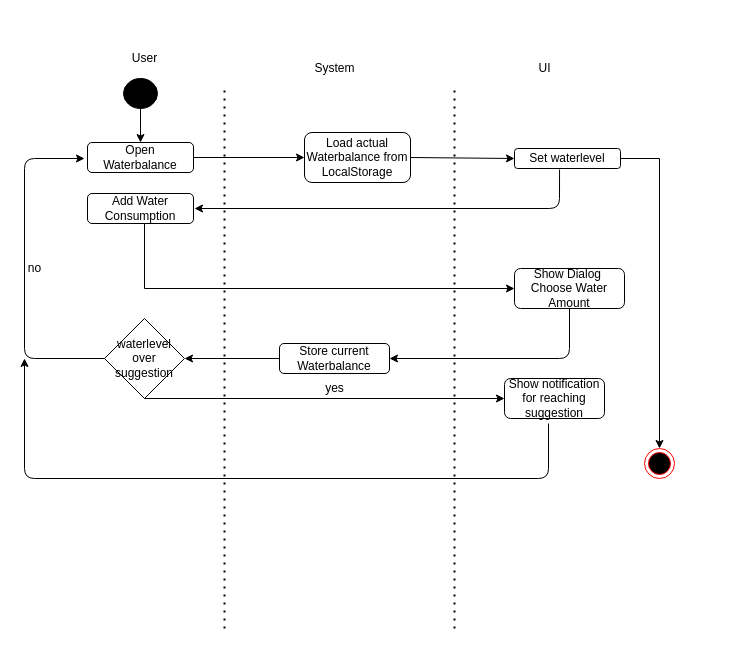
Earlier version of the draw.io diagram embedded-files/Water_Management.drawio (JanPfenning/Mood4Food_Doc). Source tidied: cells renumbered, new cells numbered last; positions are measured from the earlier drawing's top-left corner, leaving out a move shared by most shapes. Both pictures are drawn from the tidied source at 100%, with x=0, y=0 at pixel (19, 48).
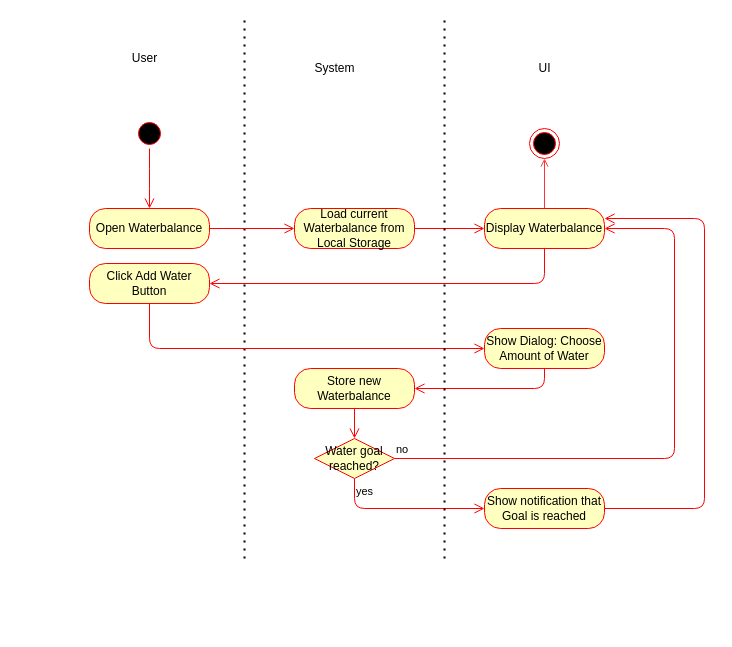
The same diagram, later.

Commit message:
Update Water_Management.drawio UML conform

Diff of the diagram source:
```diff
@@
     <mxCell id="2" style="endArrow=none;dashed=1;html=1;dashPattern=1 3;strokeWidth=2;" parent="1" edge="1">
       <mxGeometry relative="1" as="geometry">
-        <mxPoint x="205" y="580" as="sourcePoint" />
-        <mxPoint x="205" y="40" as="targetPoint" />
+        <mxPoint x="225" y="510" as="sourcePoint" />
+        <mxPoint x="225" y="-30" as="targetPoint" />
       </mxGeometry>
     </mxCell>
@@
-    <mxCell id="4" style="endArrow=classic;html=1;exitX=0.5;exitY=1;exitDx=0;exitDy=0;exitPerimeter=0;entryX=0.5;entryY=0;entryDx=0;entryDy=0;" parent="1" edge="1" source="5" target="9">
-      <mxGeometry relative="1" as="geometry" />
-    </mxCell>
-    <mxCell id="5" style="verticalLabelPosition=bottom;verticalAlign=top;html=1;shape=mxgraph.flowchart.on-page_reference;fillColor=#000000;" parent="1" vertex="1">
-      <mxGeometry x="104" y="30" width="34" height="30" as="geometry" />
-    </mxCell>
@@
-    <mxCell id="7" style="endArrow=none;dashed=1;html=1;dashPattern=1 3;strokeWidth=2;" parent="1" edge="1">
-      <mxGeometry relative="1" as="geometry">
-        <mxPoint x="435" y="580" as="sourcePoint" />
-        <mxPoint x="435" y="40" as="targetPoint" />
-      </mxGeometry>
-    </mxCell>
@@
+    <mxCell id="30" style="ellipse;html=1;shape=startState;fillColor=#000000;strokeColor=#ff0000;" parent="1" vertex="1">
+      <mxGeometry x="115" y="70" width="30" height="30" as="geometry" />
+    </mxCell>
+    <mxCell id="31" style="edgeStyle=orthogonalEdgeStyle;html=1;verticalAlign=bottom;endArrow=open;endSize=8;strokeColor=#ff0000;" parent="1" edge="1" source="30">
+      <mxGeometry relative="1" as="geometry">
+        <mxPoint x="130" y="160" as="targetPoint" />
+      </mxGeometry>
+    </mxCell>
-    <mxCell id="9" value="Open Waterbalance" style="rounded=1;whiteSpace=wrap;html=1;" parent="1" vertex="1">
-      <mxGeometry x="68" y="94" width="106" height="30" as="geometry" />
+    <mxCell id="9" value="Open Waterbalance" style="rounded=1;whiteSpace=wrap;html=1;arcSize=40;fontColor=#000000;fillColor=#ffffc0;strokeColor=#ff0000;" parent="1" vertex="1">
+      <mxGeometry x="70" y="160" width="120" height="40" as="geometry" />
     </mxCell>
-    <mxCell id="10" style="endArrow=classic;html=1;exitX=1;exitY=0.5;exitDx=0;exitDy=0;" parent="1" edge="1" source="15">
-      <mxGeometry relative="1" as="geometry">
-        <mxPoint x="495" y="110" as="targetPoint" />
-      </mxGeometry>
-    </mxCell>
-    <mxCell id="11" value="Show Dialog&amp;nbsp; Choose Water Amount" style="rounded=1;whiteSpace=wrap;html=1;" parent="1" vertex="1">
-      <mxGeometry x="495" y="220" width="110" height="40" as="geometry" />
-    </mxCell>
-    <mxCell id="12" style="ellipse;html=1;shape=endState;fillColor=#000000;strokeColor=#ff0000;" parent="1" vertex="1">
-      <mxGeometry x="625" y="400" width="30" height="30" as="geometry" />
-    </mxCell>
-    <mxCell id="13" value="Store current Waterbalance" style="rounded=1;whiteSpace=wrap;html=1;" parent="1" vertex="1">
-      <mxGeometry x="260" y="295" width="110" height="30" as="geometry" />
-    </mxCell>
-    <mxCell id="14" style="endArrow=classic;html=1;exitX=0.5;exitY=1;exitDx=0;exitDy=0;entryX=1;entryY=0.5;entryDx=0;entryDy=0;" parent="1" edge="1" source="11" target="13">
-      <mxGeometry relative="1" as="geometry">
-        <Array as="points">
-          <mxPoint x="550" y="310" />
-        </Array>
-      </mxGeometry>
-    </mxCell>
-    <mxCell id="15" value="Load actual Waterbalance from LocalStorage" style="rounded=1;whiteSpace=wrap;html=1;" parent="1" vertex="1">
-      <mxGeometry x="285" y="84" width="106" height="50" as="geometry" />
-    </mxCell>
-    <mxCell id="16" style="endArrow=classic;html=1;exitX=1;exitY=0.5;exitDx=0;exitDy=0;" parent="1" edge="1" source="9" target="15">
-      <mxGeometry relative="1" as="geometry" />
-    </mxCell>
-    <mxCell id="17" style="edgeStyle=orthogonalEdgeStyle;rounded=0;jettySize=auto;html=1;entryX=0.5;entryY=0;entryDx=0;entryDy=0;" parent="1" edge="1" source="18" target="12">
-      <mxGeometry relative="1" as="geometry" />
-    </mxCell>
-    <mxCell id="18" value="Set waterlevel" style="rounded=1;whiteSpace=wrap;html=1;" parent="1" vertex="1">
-      <mxGeometry x="495" y="100" width="106" height="20" as="geometry" />
-    </mxCell>
-    <mxCell id="19" style="edgeStyle=orthogonalEdgeStyle;rounded=0;jettySize=auto;html=1;entryX=0;entryY=0.5;entryDx=0;entryDy=0;" parent="1" edge="1" source="20" target="11">
-      <mxGeometry relative="1" as="geometry">
-        <Array as="points">
-          <mxPoint x="125" y="240" />
-        </Array>
-      </mxGeometry>
-    </mxCell>
-    <mxCell id="20" value="Add Water Consumption" style="rounded=1;whiteSpace=wrap;html=1;" parent="1" vertex="1">
-      <mxGeometry x="68" y="145" width="106" height="30" as="geometry" />
-    </mxCell>
-    <mxCell id="21" style="endArrow=classic;html=1;exitX=0.425;exitY=1.05;exitDx=0;exitDy=0;exitPerimeter=0;" parent="1" edge="1" source="18">
-      <mxGeometry relative="1" as="geometry">
-        <mxPoint x="175" y="160" as="targetPoint" />
-        <Array as="points">
-          <mxPoint x="540" y="160" />
-        </Array>
-      </mxGeometry>
-    </mxCell>
-    <mxCell id="22" value="waterlevel over suggestion" style="rhombus;whiteSpace=wrap;html=1;" parent="1" vertex="1">
-      <mxGeometry x="85" y="270" width="80" height="80" as="geometry" />
-    </mxCell>
-    <mxCell id="23" style="endArrow=classic;html=1;entryX=1;entryY=0.5;entryDx=0;entryDy=0;exitX=0;exitY=0.5;exitDx=0;exitDy=0;" parent="1" edge="1" source="13" target="22">
-      <mxGeometry relative="1" as="geometry" />
-    </mxCell>
-    <mxCell id="24" style="endArrow=classic;html=1;exitX=0;exitY=0.5;exitDx=0;exitDy=0;" parent="1" edge="1" source="22">
-      <mxGeometry relative="1" as="geometry">
-        <mxPoint x="65" y="110" as="targetPoint" />
-        <Array as="points">
-          <mxPoint x="5" y="310" />
-          <mxPoint x="5" y="110" />
-        </Array>
-      </mxGeometry>
-    </mxCell>
+    <mxCell id="32" style="edgeStyle=orthogonalEdgeStyle;html=1;verticalAlign=bottom;endArrow=open;endSize=8;strokeColor=#ff0000;" parent="1" edge="1" source="9">
+      <mxGeometry relative="1" as="geometry">
+        <mxPoint x="275" y="180" as="targetPoint" />
+      </mxGeometry>
+    </mxCell>
+    <mxCell id="33" value="Load current Waterbalance from Local Storage" style="rounded=1;whiteSpace=wrap;html=1;arcSize=40;fontColor=#000000;fillColor=#ffffc0;strokeColor=#ff0000;" parent="1" vertex="1">
+      <mxGeometry x="275" y="160" width="120" height="40" as="geometry" />
+    </mxCell>
+    <mxCell id="34" style="edgeStyle=orthogonalEdgeStyle;html=1;verticalAlign=bottom;endArrow=open;endSize=8;strokeColor=#ff0000;entryX=0;entryY=0.5;entryDx=0;entryDy=0;" parent="1" edge="1" source="33" target="36">
+      <mxGeometry relative="1" as="geometry" />
+    </mxCell>
+    <mxCell id="35" style="edgeStyle=orthogonalEdgeStyle;rounded=1;jettySize=auto;html=1;exitX=0.5;exitY=0;exitDx=0;exitDy=0;entryX=0.5;entryY=1;entryDx=0;entryDy=0;endArrow=open;endFill=0;strokeColor=#FF3333;" parent="1" edge="1" source="36" target="47">
+      <mxGeometry relative="1" as="geometry" />
+    </mxCell>
+    <mxCell id="36" value="Display Waterbalance" style="rounded=1;whiteSpace=wrap;html=1;arcSize=40;fontColor=#000000;fillColor=#ffffc0;strokeColor=#ff0000;" parent="1" vertex="1">
+      <mxGeometry x="465" y="160" width="120" height="40" as="geometry" />
+    </mxCell>
+    <mxCell id="37" style="edgeStyle=orthogonalEdgeStyle;html=1;verticalAlign=bottom;endArrow=open;endSize=8;strokeColor=#ff0000;entryX=1;entryY=0.5;entryDx=0;entryDy=0;" parent="1" edge="1" source="36" target="38">
+      <mxGeometry relative="1" as="geometry">
+        <Array as="points">
+          <mxPoint x="525" y="235" />
+        </Array>
+      </mxGeometry>
+    </mxCell>
+    <mxCell id="38" value="Click Add Water Button" style="rounded=1;whiteSpace=wrap;html=1;arcSize=40;fontColor=#000000;fillColor=#ffffc0;strokeColor=#ff0000;" parent="1" vertex="1">
+      <mxGeometry x="70" y="215" width="120" height="40" as="geometry" />
+    </mxCell>
+    <mxCell id="39" style="edgeStyle=orthogonalEdgeStyle;html=1;verticalAlign=bottom;endArrow=open;endSize=8;strokeColor=#ff0000;entryX=0;entryY=0.5;entryDx=0;entryDy=0;" parent="1" edge="1" source="38" target="40">
+      <mxGeometry relative="1" as="geometry">
+        <Array as="points">
+          <mxPoint x="130" y="300" />
+        </Array>
+      </mxGeometry>
+    </mxCell>
+    <mxCell id="40" value="Show Dialog: Choose Amount of Water" style="rounded=1;whiteSpace=wrap;html=1;arcSize=40;fontColor=#000000;fillColor=#ffffc0;strokeColor=#ff0000;" parent="1" vertex="1">
+      <mxGeometry x="465" y="280" width="120" height="40" as="geometry" />
+    </mxCell>
+    <mxCell id="41" style="edgeStyle=orthogonalEdgeStyle;html=1;verticalAlign=bottom;endArrow=open;endSize=8;strokeColor=#ff0000;entryX=1;entryY=0.5;entryDx=0;entryDy=0;" parent="1" edge="1" source="40" target="42">
+      <mxGeometry relative="1" as="geometry">
+        <Array as="points">
+          <mxPoint x="525" y="340" />
+        </Array>
+      </mxGeometry>
+    </mxCell>
+    <mxCell id="42" value="Store new Waterbalance" style="rounded=1;whiteSpace=wrap;html=1;arcSize=40;fontColor=#000000;fillColor=#ffffc0;strokeColor=#ff0000;" parent="1" vertex="1">
+      <mxGeometry x="275" y="320" width="120" height="40" as="geometry" />
+    </mxCell>
+    <mxCell id="43" style="edgeStyle=orthogonalEdgeStyle;html=1;verticalAlign=bottom;endArrow=open;endSize=8;strokeColor=#ff0000;entryX=0.5;entryY=0;entryDx=0;entryDy=0;" parent="1" edge="1" source="42" target="44">
+      <mxGeometry relative="1" as="geometry" />
+    </mxCell>
+    <mxCell id="44" value="Water goal reached?" style="rhombus;whiteSpace=wrap;html=1;fillColor=#ffffc0;strokeColor=#ff0000;" parent="1" vertex="1">
+      <mxGeometry x="295" y="390" width="80" height="40" as="geometry" />
+    </mxCell>
-    <mxCell id="25" value="no" style="text;html=1;align=center;verticalAlign=middle;" parent="1" vertex="1">
-      <mxGeometry y="210" width="30" height="20" as="geometry" />
+    <mxCell id="25" value="no" style="edgeStyle=orthogonalEdgeStyle;html=1;align=left;verticalAlign=bottom;endArrow=open;endSize=8;strokeColor=#ff0000;entryX=1;entryY=0.5;entryDx=0;entryDy=0;" parent="1" edge="1" source="44" target="36">
+      <mxGeometry x="-1" relative="1" as="geometry">
+        <Array as="points">
+          <mxPoint x="655" y="410" />
+          <mxPoint x="655" y="180" />
+        </Array>
+      </mxGeometry>
     </mxCell>
-    <mxCell id="26" style="endArrow=classic;html=1;exitX=0.5;exitY=1;exitDx=0;exitDy=0;" parent="1" edge="1" source="22">
-      <mxGeometry relative="1" as="geometry">
-        <mxPoint x="485" y="350" as="targetPoint" />
-      </mxGeometry>
-    </mxCell>
-    <mxCell id="27" value="Show notification for reaching suggestion" style="rounded=1;whiteSpace=wrap;html=1;" parent="1" vertex="1">
-      <mxGeometry x="485" y="330" width="100" height="40" as="geometry" />
-    </mxCell>
-    <mxCell id="28" style="endArrow=classic;html=1;exitX=0.44;exitY=1.125;exitDx=0;exitDy=0;exitPerimeter=0;" parent="1" edge="1" source="27">
-      <mxGeometry relative="1" as="geometry">
-        <mxPoint x="5" y="310" as="targetPoint" />
-        <Array as="points">
-          <mxPoint x="529" y="430" />
-          <mxPoint x="5" y="430" />
-        </Array>
-      </mxGeometry>
-    </mxCell>
-    <mxCell id="29" value="yes" style="text;html=1;align=center;verticalAlign=middle;" parent="1" vertex="1">
-      <mxGeometry x="300" y="330" width="30" height="20" as="geometry" />
+    <mxCell id="29" value="yes" style="edgeStyle=orthogonalEdgeStyle;html=1;align=left;verticalAlign=top;endArrow=open;endSize=8;strokeColor=#ff0000;entryX=0;entryY=0.5;entryDx=0;entryDy=0;" parent="1" edge="1" source="44" target="45">
+      <mxGeometry x="-1" relative="1" as="geometry">
+        <Array as="points">
+          <mxPoint x="335" y="460" />
+        </Array>
+      </mxGeometry>
     </mxCell>
+    <mxCell id="45" value="Show notification that Goal is reached" style="rounded=1;whiteSpace=wrap;html=1;arcSize=40;fontColor=#000000;fillColor=#ffffc0;strokeColor=#ff0000;" parent="1" vertex="1">
+      <mxGeometry x="465" y="440" width="120" height="40" as="geometry" />
+    </mxCell>
+    <mxCell id="46" style="edgeStyle=orthogonalEdgeStyle;html=1;verticalAlign=bottom;endArrow=open;endSize=8;strokeColor=#ff0000;entryX=1;entryY=0.25;entryDx=0;entryDy=0;" parent="1" edge="1" source="45" target="36">
+      <mxGeometry relative="1" as="geometry">
+        <Array as="points">
+          <mxPoint x="685" y="460" />
+          <mxPoint x="685" y="170" />
+        </Array>
+      </mxGeometry>
+    </mxCell>
+    <mxCell id="47" style="ellipse;html=1;shape=endState;fillColor=#000000;strokeColor=#ff0000;" parent="1" vertex="1">
+      <mxGeometry x="510" y="80" width="30" height="30" as="geometry" />
+    </mxCell>
+    <mxCell id="48" style="endArrow=none;dashed=1;html=1;dashPattern=1 3;strokeWidth=2;" parent="1" edge="1">
+      <mxGeometry relative="1" as="geometry">
+        <mxPoint x="425" y="510" as="sourcePoint" />
+        <mxPoint x="425" y="-30" as="targetPoint" />
+      </mxGeometry>
+    </mxCell>
```
